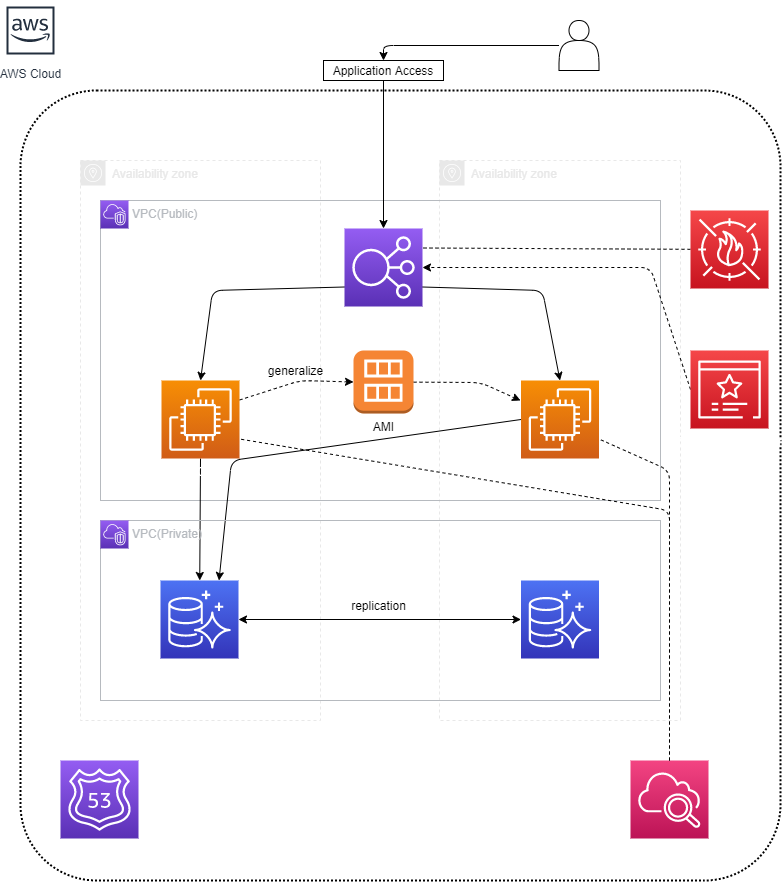
The draw.io diagram system-diagram.drawio.png in akhtkm/techtask, before a commit. Source tidied: cells renumbered, new cells last; positions are measured from the earlier drawing's top-left corner, leaving out a move shared by most shapes.
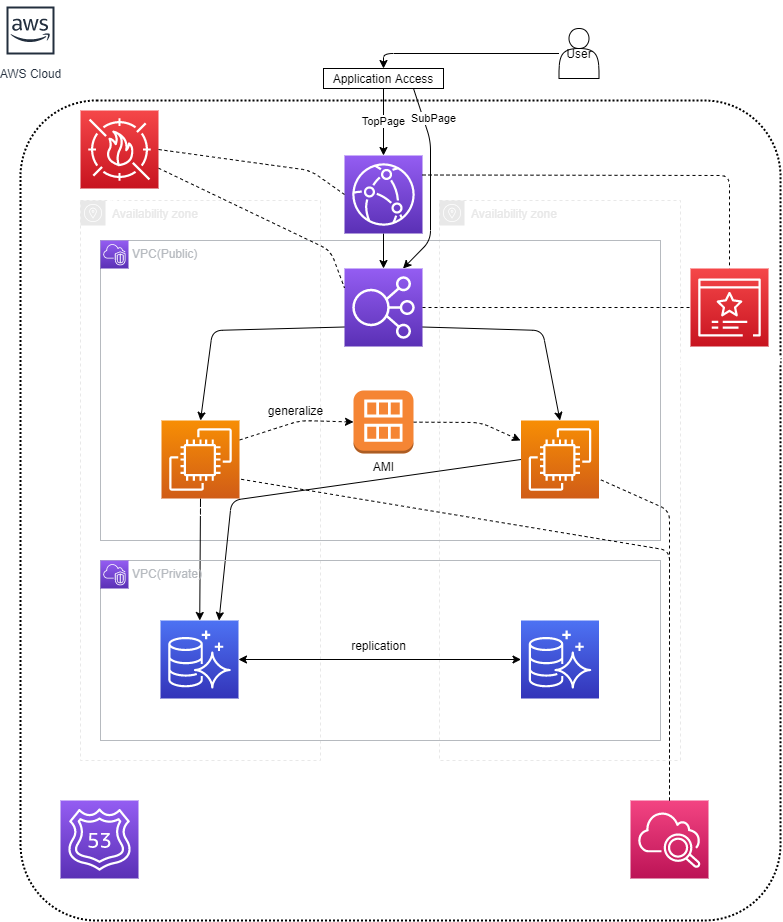
Above is the later version.

The edit, as a diff of the source:
```diff
@@ -3,7 +3,7 @@
     <mxCell id="0" />
     <mxCell id="1" parent="0" />
     <mxCell id="2" style="rounded=1;arcSize=10;dashed=1;fillColor=none;gradientColor=none;dashPattern=1 1;strokeWidth=2;" parent="1" vertex="1">
-      <mxGeometry x="20" y="90" width="760" height="790" as="geometry" />
+      <mxGeometry x="20" y="60" width="760" height="820" as="geometry" />
     </mxCell>
     <mxCell id="3" value="Availability zone" style="sketch=0;gradientColor=none;html=1;whiteSpace=wrap;fontSize=12;fontStyle=0;shape=mxgraph.aws4.group;grIcon=mxgraph.aws4.group_availability_zone;strokeColor=#E8E8E8;fillColor=none;verticalAlign=top;align=left;spacingLeft=30;fontColor=#E8E8E8;dashed=1;" parent="1" vertex="1">
       <mxGeometry x="80" y="160" width="240" height="560" as="geometry" />
@@ -29,16 +29,13 @@
       </mxGeometry>
     </mxCell>
     <mxCell id="8" value="AWS Cloud" style="sketch=0;fontColor=#232F3E;gradientColor=none;strokeColor=#232F3E;fillColor=#ffffff;dashed=0;verticalLabelPosition=bottom;verticalAlign=top;align=center;html=1;fontSize=12;fontStyle=0;shape=mxgraph.aws4.resourceIcon;resIcon=mxgraph.aws4.aws_cloud;" parent="1" vertex="1">
-      <mxGeometry width="60" height="60" as="geometry" />
+      <mxGeometry y="-40" width="60" height="60" as="geometry" />
     </mxCell>
     <mxCell id="9" value="&lt;font color=&quot;#ffffff&quot;&gt;Route 53&lt;/font&gt;" style="sketch=0;fontColor=#232F3E;gradientColor=#945DF2;gradientDirection=north;fillColor=#5A30B5;strokeColor=#ffffff;dashed=0;verticalLabelPosition=bottom;verticalAlign=top;align=center;html=1;fontSize=12;fontStyle=0;shape=mxgraph.aws4.resourceIcon;resIcon=mxgraph.aws4.route_53;" parent="1" vertex="1">
       <mxGeometry x="60" y="760" width="78" height="78" as="geometry" />
     </mxCell>
-    <mxCell id="10" style="edgeStyle=none;html=1;endArrow=classic;endFill=1;" parent="1" edge="1" source="11" target="12">
-      <mxGeometry relative="1" as="geometry" />
-    </mxCell>
     <mxCell id="11" value="Application Access" style="rounded=0;whiteSpace=wrap;html=1;" parent="1" vertex="1">
-      <mxGeometry x="323" y="60" width="120" height="20" as="geometry" />
+      <mxGeometry x="323" y="28" width="120" height="20" as="geometry" />
     </mxCell>
     <mxCell id="12" value="&lt;font color=&quot;#ffffff&quot;&gt;ALB&lt;/font&gt;" style="sketch=0;points=[[0,0,0],[0.25,0,0],[0.5,0,0],[0.75,0,0],[1,0,0],[0,1,0],[0.25,1,0],[0.5,1,0],[0.75,1,0],[1,1,0],[0,0.25,0],[0,0.5,0],[0,0.75,0],[1,0.25,0],[1,0.5,0],[1,0.75,0]];outlineConnect=0;fontColor=#232F3E;gradientColor=#945DF2;gradientDirection=north;fillColor=#5A30B5;strokeColor=#ffffff;dashed=0;verticalLabelPosition=bottom;verticalAlign=top;align=center;html=1;fontSize=12;fontStyle=0;shape=mxgraph.aws4.resourceIcon;resIcon=mxgraph.aws4.elastic_load_balancing;" parent="1" vertex="1">
       <mxGeometry x="344" y="228" width="78" height="78" as="geometry" />
@@ -46,21 +43,18 @@
     <mxCell id="13" value="&lt;font color=&quot;#ffffff&quot;&gt;CloudWatch&lt;br&gt;&lt;/font&gt;" style="sketch=0;points=[[0,0,0],[0.25,0,0],[0.5,0,0],[0.75,0,0],[1,0,0],[0,1,0],[0.25,1,0],[0.5,1,0],[0.75,1,0],[1,1,0],[0,0.25,0],[0,0.5,0],[0,0.75,0],[1,0.25,0],[1,0.5,0],[1,0.75,0]];points=[[0,0,0],[0.25,0,0],[0.5,0,0],[0.75,0,0],[1,0,0],[0,1,0],[0.25,1,0],[0.5,1,0],[0.75,1,0],[1,1,0],[0,0.25,0],[0,0.5,0],[0,0.75,0],[1,0.25,0],[1,0.5,0],[1,0.75,0]];outlineConnect=0;fontColor=#232F3E;gradientColor=#F34482;gradientDirection=north;fillColor=#BC1356;strokeColor=#ffffff;dashed=0;verticalLabelPosition=bottom;verticalAlign=top;align=center;html=1;fontSize=12;fontStyle=0;shape=mxgraph.aws4.resourceIcon;resIcon=mxgraph.aws4.cloudwatch_2;" parent="1" vertex="1">
       <mxGeometry x="630" y="760" width="78" height="78" as="geometry" />
     </mxCell>
-    <mxCell id="14" style="edgeStyle=none;html=1;endArrow=none;endFill=0;dashed=1;entryX=1;entryY=0.25;entryDx=0;entryDy=0;entryPerimeter=0;" parent="1" edge="1" source="15" target="12">
-      <mxGeometry relative="1" as="geometry" />
+    <mxCell id="14" style="edgeStyle=none;html=1;endArrow=none;endFill=0;dashed=1;entryX=0;entryY=0.25;entryDx=0;entryDy=0;entryPerimeter=0;" parent="1" edge="1" source="15" target="12">
+      <mxGeometry relative="1" as="geometry">
+        <Array as="points">
+          <mxPoint x="330" y="210" />
+        </Array>
+      </mxGeometry>
     </mxCell>
     <mxCell id="15" value="&lt;font color=&quot;#ffffff&quot;&gt;WAF&lt;br&gt;&lt;/font&gt;" style="sketch=0;points=[[0,0,0],[0.25,0,0],[0.5,0,0],[0.75,0,0],[1,0,0],[0,1,0],[0.25,1,0],[0.5,1,0],[0.75,1,0],[1,1,0],[0,0.25,0],[0,0.5,0],[0,0.75,0],[1,0.25,0],[1,0.5,0],[1,0.75,0]];outlineConnect=0;fontColor=#232F3E;gradientColor=#F54749;gradientDirection=north;fillColor=#C7131F;strokeColor=#ffffff;dashed=0;verticalLabelPosition=bottom;verticalAlign=top;align=center;html=1;fontSize=12;fontStyle=0;shape=mxgraph.aws4.resourceIcon;resIcon=mxgraph.aws4.waf;" parent="1" vertex="1">
-      <mxGeometry x="690" y="210" width="78" height="78" as="geometry" />
+      <mxGeometry x="80" y="70" width="78" height="78" as="geometry" />
     </mxCell>
-    <mxCell id="16" style="edgeStyle=none;html=1;exitX=0;exitY=0.5;exitDx=0;exitDy=0;exitPerimeter=0;dashed=1;endArrow=classic;endFill=1;" parent="1" edge="1" source="17" target="12">
-      <mxGeometry relative="1" as="geometry">
-        <Array as="points">
-          <mxPoint x="650" y="267" />
-        </Array>
-      </mxGeometry>
-    </mxCell>
     <mxCell id="17" value="&lt;font color=&quot;#ffffff&quot;&gt;Certificate Manager&lt;br&gt;&lt;/font&gt;" style="sketch=0;points=[[0,0,0],[0.25,0,0],[0.5,0,0],[0.75,0,0],[1,0,0],[0,1,0],[0.25,1,0],[0.5,1,0],[0.75,1,0],[1,1,0],[0,0.25,0],[0,0.5,0],[0,0.75,0],[1,0.25,0],[1,0.5,0],[1,0.75,0]];outlineConnect=0;fontColor=#232F3E;gradientColor=#F54749;gradientDirection=north;fillColor=#C7131F;strokeColor=#ffffff;dashed=0;verticalLabelPosition=bottom;verticalAlign=top;align=center;html=1;fontSize=12;fontStyle=0;shape=mxgraph.aws4.resourceIcon;resIcon=mxgraph.aws4.certificate_manager_3;" parent="1" vertex="1">
-      <mxGeometry x="690" y="350" width="78" height="78" as="geometry" />
+      <mxGeometry x="690" y="228" width="78" height="78" as="geometry" />
     </mxCell>
     <mxCell id="18" style="sketch=0;fontColor=#232F3E;gradientColor=#945DF2;gradientDirection=north;fillColor=#5A30B5;strokeColor=#ffffff;dashed=0;verticalLabelPosition=bottom;verticalAlign=top;align=center;html=1;fontSize=12;fontStyle=0;shape=mxgraph.aws4.resourceIcon;resIcon=mxgraph.aws4.vpc;" parent="1" vertex="1">
       <mxGeometry x="100" y="200" width="28" height="28" as="geometry" />
@@ -120,12 +114,12 @@
     <mxCell id="32" style="edgeStyle=none;html=1;entryX=0.5;entryY=0;entryDx=0;entryDy=0;endArrow=classic;endFill=1;" parent="1" edge="1" source="33" target="11">
       <mxGeometry relative="1" as="geometry">
         <Array as="points">
-          <mxPoint x="383" y="45" />
+          <mxPoint x="383" y="13" />
         </Array>
       </mxGeometry>
     </mxCell>
-    <mxCell id="33" style="shape=actor;whiteSpace=wrap;html=1;" parent="1" vertex="1">
-      <mxGeometry x="558.5" y="20" width="40" height="50" as="geometry" />
+    <mxCell id="33" value="User" style="shape=actor;whiteSpace=wrap;html=1;" parent="1" vertex="1">
+      <mxGeometry x="558.5" y="-12" width="40" height="50" as="geometry" />
     </mxCell>
     <mxCell id="34" value="generalize" style="text;html=1;align=center;verticalAlign=middle;fillColor=none;strokeColor=none;rounded=0;" parent="1" vertex="1">
       <mxGeometry x="260" y="360" width="70" height="20" as="geometry" />
@@ -144,5 +138,39 @@
         </Array>
       </mxGeometry>
     </mxCell>
+    <mxCell id="37" style="edgeStyle=none;html=1;exitX=0.5;exitY=1;exitDx=0;exitDy=0;exitPerimeter=0;" parent="1" edge="1" source="38" target="12">
+      <mxGeometry relative="1" as="geometry" />
+    </mxCell>
+    <mxCell id="38" style="sketch=0;points=[[0,0,0],[0.25,0,0],[0.5,0,0],[0.75,0,0],[1,0,0],[0,1,0],[0.25,1,0],[0.5,1,0],[0.75,1,0],[1,1,0],[0,0.25,0],[0,0.5,0],[0,0.75,0],[1,0.25,0],[1,0.5,0],[1,0.75,0]];outlineConnect=0;fontColor=#232F3E;gradientColor=#945DF2;gradientDirection=north;fillColor=#5A30B5;strokeColor=#ffffff;dashed=0;verticalLabelPosition=bottom;verticalAlign=top;align=center;html=1;fontSize=12;fontStyle=0;shape=mxgraph.aws4.resourceIcon;resIcon=mxgraph.aws4.cloudfront;" parent="1" vertex="1">
+      <mxGeometry x="344" y="115" width="78" height="78" as="geometry" />
+    </mxCell>
+    <mxCell id="39" value="TopPage" style="endArrow=classic;html=1;exitX=0.5;exitY=1;exitDx=0;exitDy=0;entryX=0.5;entryY=0;entryDx=0;entryDy=0;entryPerimeter=0;" parent="1" edge="1" source="11" target="38">
+      <mxGeometry relative="1" as="geometry" />
+    </mxCell>
+    <mxCell id="10" value="SubPage" style="endArrow=classic;html=1;exitX=0.75;exitY=1;exitDx=0;exitDy=0;entryX=0.75;entryY=0;entryDx=0;entryDy=0;entryPerimeter=0;" parent="1" edge="1" source="11" target="12">
+      <mxGeometry x="-0.64" y="10" relative="1" as="geometry">
+        <Array as="points">
+          <mxPoint x="430" y="100" />
+          <mxPoint x="430" y="200" />
+        </Array>
+      </mxGeometry>
+    </mxCell>
+    <mxCell id="40" style="edgeStyle=none;html=1;endArrow=none;endFill=0;dashed=1;entryX=0;entryY=0.5;entryDx=0;entryDy=0;entryPerimeter=0;exitX=1;exitY=0.5;exitDx=0;exitDy=0;exitPerimeter=0;" parent="1" edge="1" source="15" target="38">
+      <mxGeometry relative="1" as="geometry">
+        <Array as="points">
+          <mxPoint x="310" y="130" />
+        </Array>
+      </mxGeometry>
+    </mxCell>
+    <mxCell id="41" style="edgeStyle=none;html=1;endArrow=none;endFill=0;dashed=1;entryX=0;entryY=0.5;entryDx=0;entryDy=0;entryPerimeter=0;exitX=1;exitY=0.5;exitDx=0;exitDy=0;exitPerimeter=0;" parent="1" edge="1" source="12" target="17">
+      <mxGeometry relative="1" as="geometry" />
+    </mxCell>
+    <mxCell id="42" style="edgeStyle=none;html=1;endArrow=none;endFill=0;dashed=1;entryX=0.5;entryY=0;entryDx=0;entryDy=0;entryPerimeter=0;exitX=1;exitY=0.25;exitDx=0;exitDy=0;exitPerimeter=0;" parent="1" edge="1" source="38" target="17">
+      <mxGeometry relative="1" as="geometry">
+        <Array as="points">
+          <mxPoint x="729" y="135" />
+        </Array>
+      </mxGeometry>
+    </mxCell>
   </root>
 </mxGraphModel>
```
